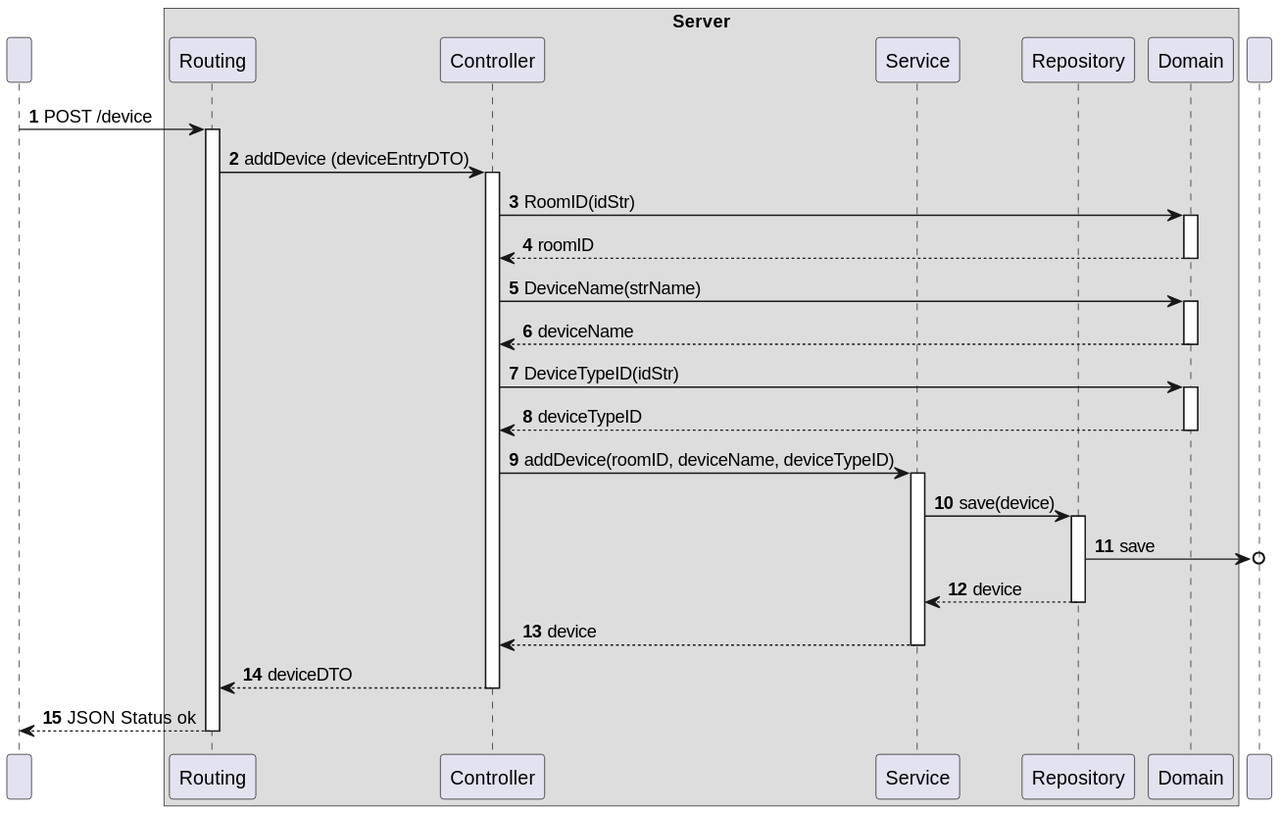
Before: docs/C4_4plus1_models/Level4/ProcessView/ProcessViewLevel4_UC05_v1.svg, a diagram exported from PlantUML (moutajDev/smarthome).
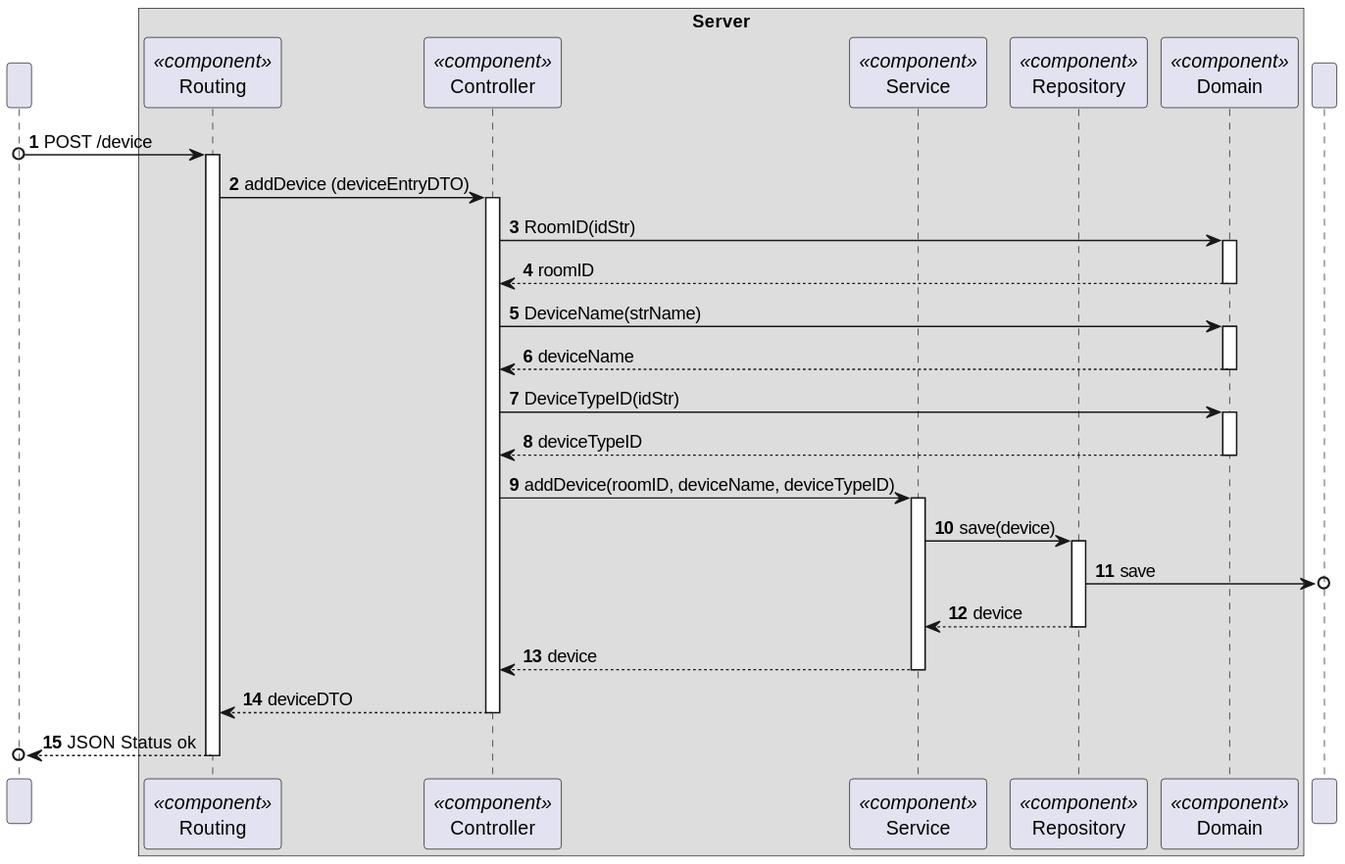
After the commit.

The edit, as a diff of the source:
```diff
@@ -6,15 +6,15 @@
 participant " " as HTTP
 
 box "Server"
-participant "Routing" as ROUT
-    participant "Controller" as CTRL
-    participant "Service" as SV
-    participant "Repository" as REPO
-    participant "Domain" as DOM
+participant "Routing" as ROUT<<component>>
+    participant "Controller" as CTRL<<component>>
+    participant "Service" as SV<<component>>
+    participant "Repository" as REPO<<component>>
+    participant "Domain" as DOM<<component>>
 end box
 participant " " as BD
 
-HTTP -> ROUT : POST /device
+HTTP o-> ROUT : POST /device
 activate ROUT
 
 ROUT -> CTRL : addDevice (deviceEntryDTO)
@@ -52,6 +52,6 @@
 CTRL --> ROUT : deviceDTO
 deactivate CTRL
 
-ROUT --> HTTP : JSON Status ok
+ROUT -->o HTTP : JSON Status ok
 deactivate ROUT
 @enduml
```
